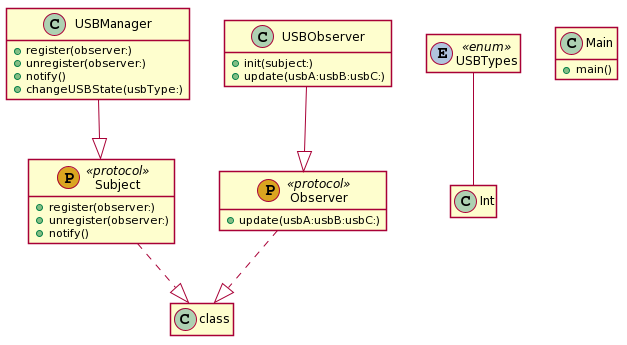
Before: UML_Class_diagram/observer/observer.png, a diagram exported from PlantUML (burakCokyildirim/yazilimTasarimKaliplari_01). Source of this version:
```plantuml
@startuml
hide empty members
skinparam shadowing false
class "Observer" as Observer << (P,GoldenRod) protocol >> {
  +update(usbA:usbB:usbC:)

}

Observer ..|> class





hide empty members
skinparam shadowing false
class "Subject" as Subject << (P,GoldenRod) protocol >> {
  +register(observer:)
  +unregister(observer:)
  +notify()

}

Subject ..|> class





hide empty members
skinparam shadowing false
class "USBManager" as USBManager {
  +register(observer:)
  +unregister(observer:)
  +notify()
  +changeUSBState(usbType:)

}

USBManager --|> Subject





hide empty members
skinparam shadowing false
class "USBObserver" as USBObserver {
  +init(subject:)
  +update(usbA:usbB:usbC:)

}

USBObserver --|> Observer





hide empty members
skinparam shadowing false
class "USBTypes" as USBTypes << (E,LightSteelBlue) enum >> {

}

USBTypes -- Int





hide empty members
skinparam shadowing false
class "Main" as Main {
  +main()

}
@enduml
```
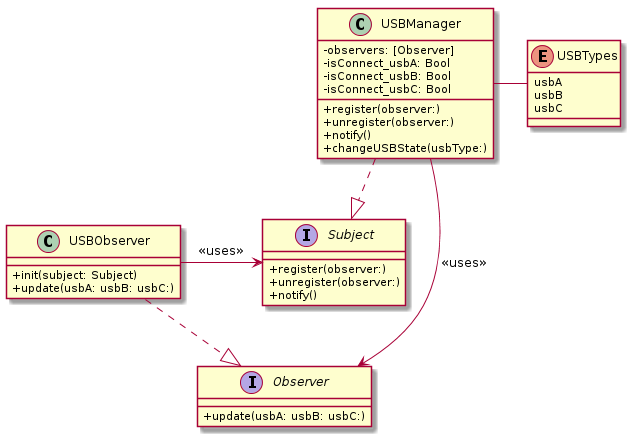
Above is the later version.

Commit message:
observer uml class diagram ı güncellendi.

What changed in the source:
```diff
@@ -1,78 +1,42 @@
 @startuml
-hide empty members
-skinparam shadowing false
-class "Observer" as Observer << (P,GoldenRod) protocol >> {
-  +update(usbA:usbB:usbC:)
+skinparam classAttributeIconSize 0
 
+interface "Observer" {
+  +update(usbA: usbB: usbC:)
 }
 
-Observer ..|> class
-
-
-
-
-
-hide empty members
-skinparam shadowing false
-class "Subject" as Subject << (P,GoldenRod) protocol >> {
+interface "Subject" {
   +register(observer:)
   +unregister(observer:)
   +notify()
-
 }
 
-Subject ..|> class
-
-
-
-
-
-hide empty members
-skinparam shadowing false
-class "USBManager" as USBManager {
+Class "USBManager" {
+  -observers: [Observer]
+  -isConnect_usbA: Bool
+  -isConnect_usbB: Bool
+  -isConnect_usbC: Bool
   +register(observer:)
   +unregister(observer:)
   +notify()
   +changeUSBState(usbType:)
-
 }
 
-USBManager --|> Subject
-
-
-
-
-
-hide empty members
-skinparam shadowing false
-class "USBObserver" as USBObserver {
-  +init(subject:)
-  +update(usbA:usbB:usbC:)
-
+Class "USBObserver" {
+  +init(subject: Subject)
+  +update(usbA: usbB: usbC:)
 }
 
-USBObserver --|> Observer
-
-
-
-
-
-hide empty members
-skinparam shadowing false
-class "USBTypes" as USBTypes << (E,LightSteelBlue) enum >> {
-
+enum "USBTypes" {
+  usbA
+  usbB
+  usbC
 }
 
-USBTypes -- Int
+USBManager ..|> Subject
+USBObserver -> Subject : <<uses>>
+USBObserver ..|> Observer
+USBManager -> Observer : <<uses>>
 
-
-
-
-
-hide empty members
-skinparam shadowing false
-class "Main" as Main {
-  +main()
-
-}
+USBManager - USBTypes
 @enduml
```
